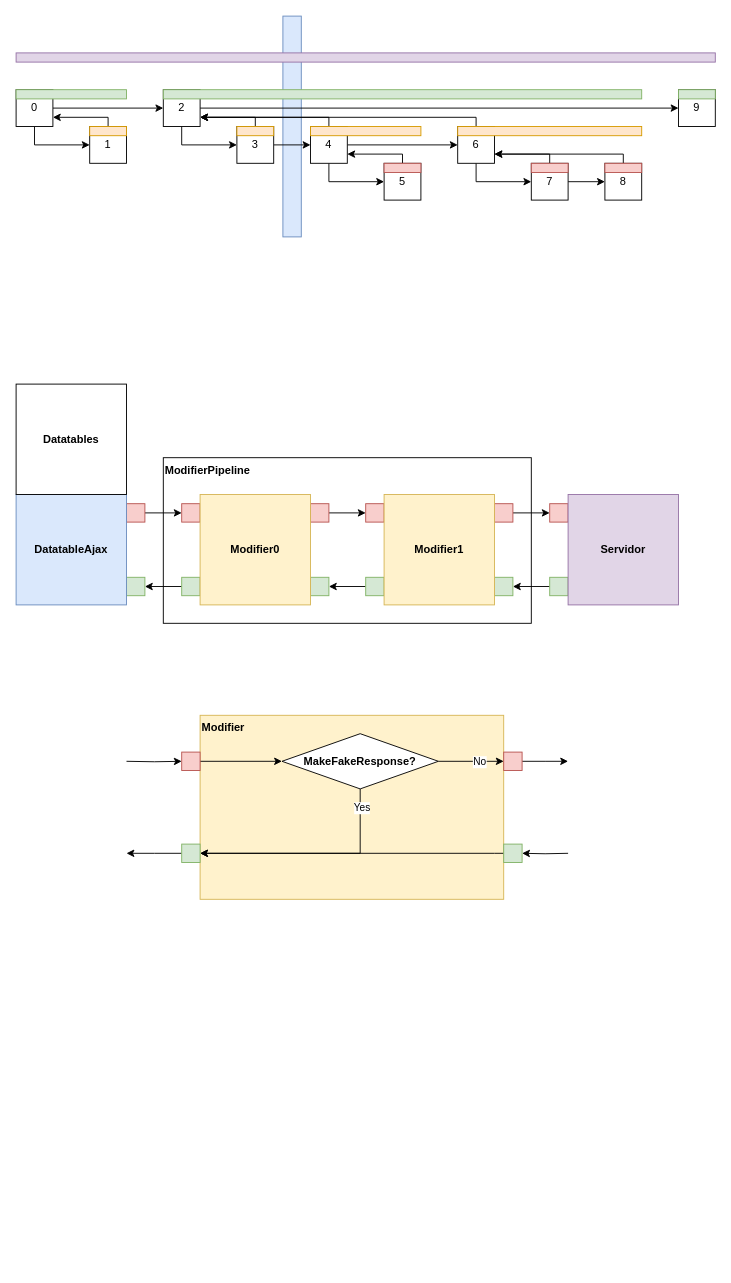
The draw.io diagram doodles.drawio in davi2205/drawio-repo, before the edit. Source tidied: cells renumbered, new cells numbered last; positions are measured from the earlier drawing's top-left corner, leaving out a move shared by most shapes. Both pictures are drawn from the tidied source at 92%, with x=0, y=0 at pixel (16, 16).
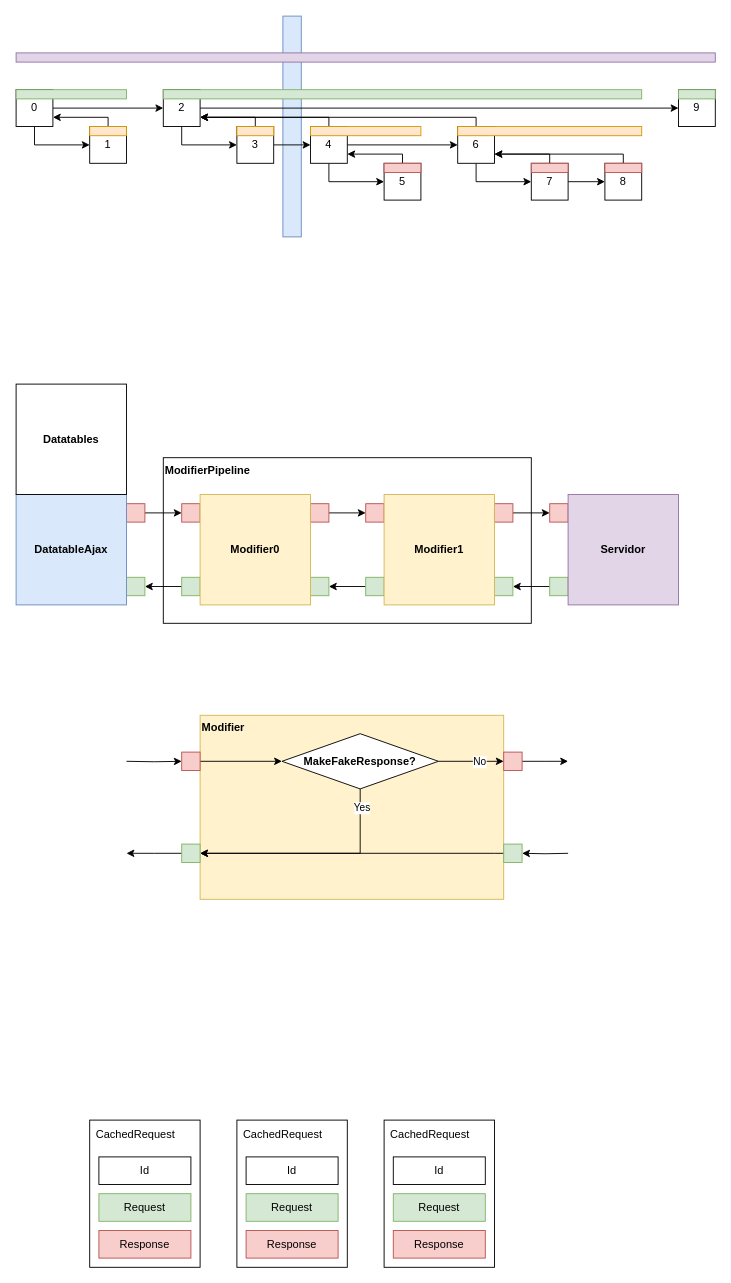
The same diagram, later.

Diff of the diagram source:
```diff
@@
+    <mxCell id="80" value="CachedRequest" style="rounded=0;whiteSpace=wrap;html=1;align=left;verticalAlign=top;spacingLeft=5;spacingTop=2;" parent="1" vertex="1">
+      <mxGeometry x="80" y="1200" width="120" height="160" as="geometry" />
+    </mxCell>
+    <mxCell id="81" value="Id" style="rounded=0;whiteSpace=wrap;html=1;" parent="1" vertex="1">
+      <mxGeometry x="90" y="1240" width="100" height="30" as="geometry" />
+    </mxCell>
+    <mxCell id="82" value="Request" style="rounded=0;whiteSpace=wrap;html=1;fillColor=#d5e8d4;strokeColor=#82b366;" parent="1" vertex="1">
+      <mxGeometry x="90" y="1280" width="100" height="30" as="geometry" />
+    </mxCell>
+    <mxCell id="83" value="Response" style="rounded=0;whiteSpace=wrap;html=1;fillColor=#f8cecc;strokeColor=#b85450;" parent="1" vertex="1">
+      <mxGeometry x="90" y="1320" width="100" height="30" as="geometry" />
+    </mxCell>
+    <mxCell id="84" value="CachedRequest" style="rounded=0;whiteSpace=wrap;html=1;align=left;verticalAlign=top;spacingLeft=5;spacingTop=2;" parent="1" vertex="1">
+      <mxGeometry x="240" y="1200" width="120" height="160" as="geometry" />
+    </mxCell>
+    <mxCell id="85" value="Id" style="rounded=0;whiteSpace=wrap;html=1;" parent="1" vertex="1">
+      <mxGeometry x="250" y="1240" width="100" height="30" as="geometry" />
+    </mxCell>
+    <mxCell id="86" value="Request" style="rounded=0;whiteSpace=wrap;html=1;fillColor=#d5e8d4;strokeColor=#82b366;" parent="1" vertex="1">
+      <mxGeometry x="250" y="1280" width="100" height="30" as="geometry" />
+    </mxCell>
+    <mxCell id="87" value="Response" style="rounded=0;whiteSpace=wrap;html=1;fillColor=#f8cecc;strokeColor=#b85450;" parent="1" vertex="1">
+      <mxGeometry x="250" y="1320" width="100" height="30" as="geometry" />
+    </mxCell>
+    <mxCell id="88" value="CachedRequest" style="rounded=0;whiteSpace=wrap;html=1;align=left;verticalAlign=top;spacingLeft=5;spacingTop=2;" parent="1" vertex="1">
+      <mxGeometry x="400" y="1200" width="120" height="160" as="geometry" />
+    </mxCell>
+    <mxCell id="89" value="Id" style="rounded=0;whiteSpace=wrap;html=1;" parent="1" vertex="1">
+      <mxGeometry x="410" y="1240" width="100" height="30" as="geometry" />
+    </mxCell>
+    <mxCell id="90" value="Request" style="rounded=0;whiteSpace=wrap;html=1;fillColor=#d5e8d4;strokeColor=#82b366;" parent="1" vertex="1">
+      <mxGeometry x="410" y="1280" width="100" height="30" as="geometry" />
+    </mxCell>
+    <mxCell id="91" value="Response" style="rounded=0;whiteSpace=wrap;html=1;fillColor=#f8cecc;strokeColor=#b85450;" parent="1" vertex="1">
+      <mxGeometry x="410" y="1320" width="100" height="30" as="geometry" />
+    </mxCell>
```
